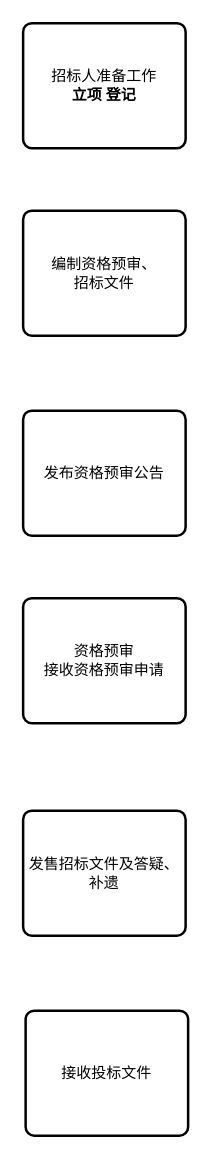
This is 招投标流程.drawio from quanqiang-li/draw, a draw.io file, before an edit. Source tidied: cells renumbered, new cells numbered last; positions are measured from the earlier drawing's top-left corner, leaving out a move shared by most shapes. Both pictures are drawn from the tidied source at 125%, with x=0, y=0 at pixel (22, 22).
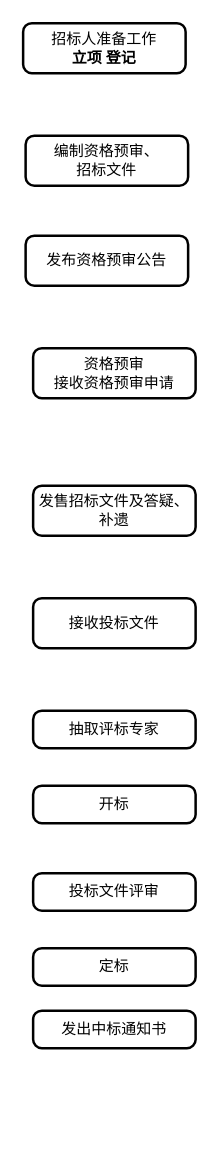
The same diagram, later.

Commit message:
更新招投标流程.drawio

What changed in the source:
```diff
@@
 <mxGraphModel>
   <root>
     <mxCell id="0" />
     <mxCell id="1" parent="0" />
     <mxCell id="2" value="&lt;span&gt;招标人准备工作&lt;br&gt;&lt;/span&gt;&lt;strong&gt;立项 登记&lt;/strong&gt;&lt;span&gt;&lt;br&gt;&lt;/span&gt;" style="rounded=1;whiteSpace=wrap;html=1;absoluteArcSize=1;arcSize=14;strokeWidth=2;" parent="1" vertex="1">
-      <mxGeometry width="130" height="100" as="geometry" />
+      <mxGeometry width="130" height="40" as="geometry" />
     </mxCell>
     <mxCell id="3" value="&lt;span&gt;编制资格预审、&lt;br&gt;招标文件&lt;/span&gt;&lt;span&gt;&lt;br&gt;&lt;/span&gt;" style="rounded=1;whiteSpace=wrap;html=1;absoluteArcSize=1;arcSize=14;strokeWidth=2;" parent="1" vertex="1">
-      <mxGeometry y="150" width="130" height="100" as="geometry" />
+      <mxGeometry x="2" y="90" width="130" height="40" as="geometry" />
     </mxCell>
     <mxCell id="4" value="&lt;span&gt;发布资格预审公告&lt;/span&gt;&lt;span&gt;&lt;br&gt;&lt;/span&gt;" style="rounded=1;whiteSpace=wrap;html=1;absoluteArcSize=1;arcSize=14;strokeWidth=2;" parent="1" vertex="1">
-      <mxGeometry y="310" width="130" height="100" as="geometry" />
+      <mxGeometry x="2" y="170" width="130" height="40" as="geometry" />
     </mxCell>
     <mxCell id="5" value="&lt;span&gt;资格预审&lt;br&gt;&lt;/span&gt;&lt;span&gt;接收资格预审申请&lt;br&gt;&lt;/span&gt;" style="rounded=1;whiteSpace=wrap;html=1;absoluteArcSize=1;arcSize=14;strokeWidth=2;" parent="1" vertex="1">
-      <mxGeometry y="460" width="130" height="100" as="geometry" />
+      <mxGeometry x="8" y="260" width="130" height="40" as="geometry" />
     </mxCell>
     <mxCell id="6" value="&lt;span&gt;发售招标文件及答疑、补遗&lt;/span&gt;&lt;span&gt;&lt;br&gt;&lt;/span&gt;" style="rounded=1;whiteSpace=wrap;html=1;absoluteArcSize=1;arcSize=14;strokeWidth=2;" parent="1" vertex="1">
-      <mxGeometry y="630" width="130" height="100" as="geometry" />
+      <mxGeometry x="8" y="370" width="130" height="40" as="geometry" />
     </mxCell>
     <mxCell id="7" value="&lt;span&gt;接收投标文件&lt;/span&gt;&lt;span&gt;&lt;br&gt;&lt;/span&gt;" style="rounded=1;whiteSpace=wrap;html=1;absoluteArcSize=1;arcSize=14;strokeWidth=2;" parent="1" vertex="1">
-      <mxGeometry x="2" y="790" width="130" height="100" as="geometry" />
+      <mxGeometry x="8" y="460" width="130" height="40" as="geometry" />
     </mxCell>
+    <mxCell id="8" value="&lt;span&gt;抽取评标专家&lt;/span&gt;&lt;span&gt;&lt;br&gt;&lt;/span&gt;" style="rounded=1;whiteSpace=wrap;html=1;absoluteArcSize=1;arcSize=14;strokeWidth=2;" parent="1" vertex="1">
+      <mxGeometry x="8" y="550" width="130" height="30" as="geometry" />
+    </mxCell>
+    <mxCell id="9" value="&lt;span&gt;开标&lt;/span&gt;&lt;span&gt;&lt;br&gt;&lt;/span&gt;" style="rounded=1;whiteSpace=wrap;html=1;absoluteArcSize=1;arcSize=14;strokeWidth=2;" parent="1" vertex="1">
+      <mxGeometry x="8" y="610" width="130" height="30" as="geometry" />
+    </mxCell>
+    <mxCell id="10" value="&lt;span&gt;投标文件评审&lt;/span&gt;&lt;span&gt;&lt;br&gt;&lt;/span&gt;" style="rounded=1;whiteSpace=wrap;html=1;absoluteArcSize=1;arcSize=14;strokeWidth=2;" parent="1" vertex="1">
+      <mxGeometry x="8" y="680" width="130" height="30" as="geometry" />
+    </mxCell>
+    <mxCell id="11" value="&lt;span&gt;定标&lt;/span&gt;&lt;span&gt;&lt;br&gt;&lt;/span&gt;" style="rounded=1;whiteSpace=wrap;html=1;absoluteArcSize=1;arcSize=14;strokeWidth=2;" parent="1" vertex="1">
+      <mxGeometry x="8" y="740" width="130" height="30" as="geometry" />
+    </mxCell>
+    <mxCell id="12" value="&lt;span&gt;发出中标通知书&lt;/span&gt;&lt;span&gt;&lt;br&gt;&lt;/span&gt;" style="rounded=1;whiteSpace=wrap;html=1;absoluteArcSize=1;arcSize=14;strokeWidth=2;" parent="1" vertex="1">
+      <mxGeometry x="8" y="790" width="130" height="30" as="geometry" />
+    </mxCell>
   </root>
 </mxGraphModel>
```
